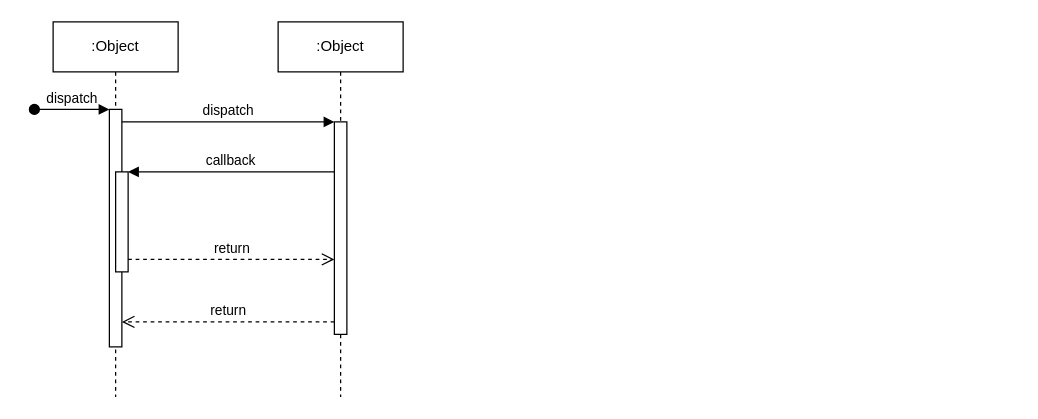
The draw.io diagram page "Page-1" (1 of 3) of resources/Untitled Diagram.drawio in wwcollins/_technical_profile, before the edit. Source tidied: cells renumbered, new cells numbered last; positions are measured from the earlier drawing's top-left corner, leaving out a move shared by most shapes. Both pictures are drawn from the tidied source at 125%, with x=0, y=0 at pixel (34, 21).
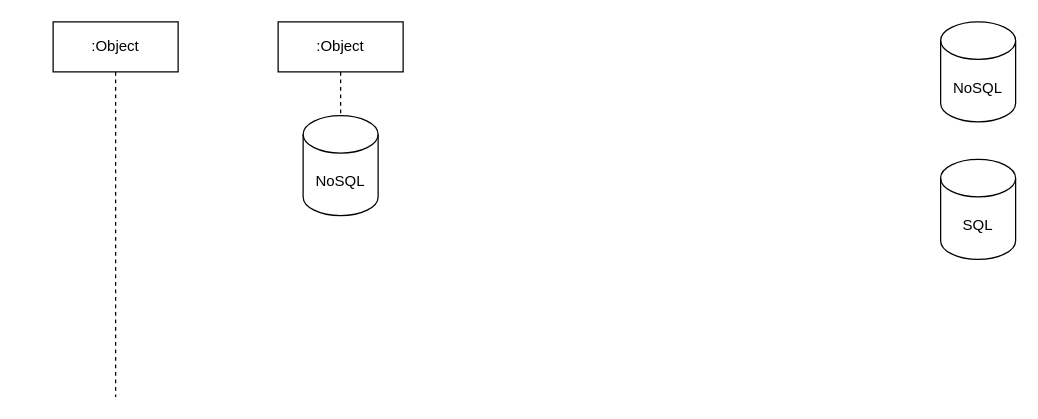
Above is the later version.

Change to the diagram source:
```diff
@@
 <mxGraphModel>
   <root>
     <mxCell id="0" />
     <mxCell id="1" parent="0" />
     <mxCell id="2" value=":Object" style="shape=umlLifeline;perimeter=lifelinePerimeter;whiteSpace=wrap;html=1;newEdgeStyle={&quot;edgeStyle&quot;:&quot;elbowEdgeStyle&quot;,&quot;elbow&quot;:&quot;vertical&quot;,&quot;curved&quot;:0,&quot;rounded&quot;:0};" parent="1" vertex="1">
       <mxGeometry x="15" width="100" height="300" as="geometry" />
     </mxCell>
-    <mxCell id="3" style="html=1;points=[];perimeter=orthogonalPerimeter;outlineConnect=0;targetShapes=umlLifeline;portConstraint=eastwest;newEdgeStyle={&quot;edgeStyle&quot;:&quot;elbowEdgeStyle&quot;,&quot;elbow&quot;:&quot;vertical&quot;,&quot;curved&quot;:0,&quot;rounded&quot;:0};" parent="2" vertex="1">
-      <mxGeometry x="45" y="70" width="10" height="190" as="geometry" />
-    </mxCell>
-    <mxCell id="4" value="dispatch" style="html=1;verticalAlign=bottom;startArrow=oval;endArrow=block;startSize=8;edgeStyle=elbowEdgeStyle;elbow=vertical;curved=0;rounded=0;" parent="2" edge="1" target="3">
-      <mxGeometry relative="1" as="geometry">
-        <mxPoint x="-15" y="70" as="sourcePoint" />
-      </mxGeometry>
-    </mxCell>
-    <mxCell id="5" style="html=1;points=[];perimeter=orthogonalPerimeter;outlineConnect=0;targetShapes=umlLifeline;portConstraint=eastwest;newEdgeStyle={&quot;edgeStyle&quot;:&quot;elbowEdgeStyle&quot;,&quot;elbow&quot;:&quot;vertical&quot;,&quot;curved&quot;:0,&quot;rounded&quot;:0};" parent="2" vertex="1">
-      <mxGeometry x="50" y="120" width="10" height="80" as="geometry" />
-    </mxCell>
     <mxCell id="6" value=":Object" style="shape=umlLifeline;perimeter=lifelinePerimeter;whiteSpace=wrap;html=1;newEdgeStyle={&quot;edgeStyle&quot;:&quot;elbowEdgeStyle&quot;,&quot;elbow&quot;:&quot;vertical&quot;,&quot;curved&quot;:0,&quot;rounded&quot;:0};" parent="1" vertex="1">
-      <mxGeometry x="195" width="100" height="300" as="geometry" />
+      <mxGeometry x="195" width="100" height="80" as="geometry" />
     </mxCell>
-    <mxCell id="7" style="html=1;points=[];perimeter=orthogonalPerimeter;outlineConnect=0;targetShapes=umlLifeline;portConstraint=eastwest;newEdgeStyle={&quot;edgeStyle&quot;:&quot;elbowEdgeStyle&quot;,&quot;elbow&quot;:&quot;vertical&quot;,&quot;curved&quot;:0,&quot;rounded&quot;:0};" parent="6" vertex="1">
-      <mxGeometry x="45" y="80" width="10" height="170" as="geometry" />
-    </mxCell>
-    <mxCell id="8" value="dispatch" style="html=1;verticalAlign=bottom;endArrow=block;edgeStyle=elbowEdgeStyle;elbow=vertical;curved=0;rounded=0;" parent="1" edge="1" source="3" target="7">
-      <mxGeometry relative="1" as="geometry">
-        <Array as="points">
-          <mxPoint x="155" y="80" />
-        </Array>
-      </mxGeometry>
-    </mxCell>
-    <mxCell id="9" value="return" style="html=1;verticalAlign=bottom;endArrow=open;dashed=1;endSize=8;edgeStyle=elbowEdgeStyle;elbow=vertical;curved=0;rounded=0;" parent="1" edge="1" source="7" target="3">
-      <mxGeometry relative="1" as="geometry">
-        <Array as="points">
-          <mxPoint x="165" y="240" />
-        </Array>
-      </mxGeometry>
-    </mxCell>
-    <mxCell id="10" value="callback" style="html=1;verticalAlign=bottom;endArrow=block;edgeStyle=elbowEdgeStyle;elbow=vertical;curved=0;rounded=0;" parent="1" edge="1" source="7" target="5">
-      <mxGeometry relative="1" as="geometry">
-        <Array as="points">
-          <mxPoint x="165" y="120" />
-        </Array>
-      </mxGeometry>
-    </mxCell>
-    <mxCell id="11" value="return" style="html=1;verticalAlign=bottom;endArrow=open;dashed=1;endSize=8;edgeStyle=elbowEdgeStyle;elbow=vertical;curved=0;rounded=0;" parent="1" edge="1" source="5" target="7">
-      <mxGeometry relative="1" as="geometry">
-        <Array as="points">
-          <mxPoint x="155" y="190" />
-        </Array>
-      </mxGeometry>
-    </mxCell>
+    <mxCell id="12" value="NoSQL" style="shape=cylinder3;whiteSpace=wrap;html=1;boundedLbl=1;backgroundOutline=1;size=15;" parent="1" vertex="1">
+      <mxGeometry x="215" y="75" width="60" height="80" as="geometry" />
+    </mxCell>
+    <mxCell id="13" value="NoSQL" style="shape=cylinder3;whiteSpace=wrap;html=1;boundedLbl=1;backgroundOutline=1;size=15;" parent="1" vertex="1">
+      <mxGeometry x="725" width="60" height="80" as="geometry" />
+    </mxCell>
+    <mxCell id="14" value="SQL" style="shape=cylinder3;whiteSpace=wrap;html=1;boundedLbl=1;backgroundOutline=1;size=15;" parent="1" vertex="1">
+      <mxGeometry x="725" y="110" width="60" height="80" as="geometry" />
+    </mxCell>
   </root>
 </mxGraphModel>
```
